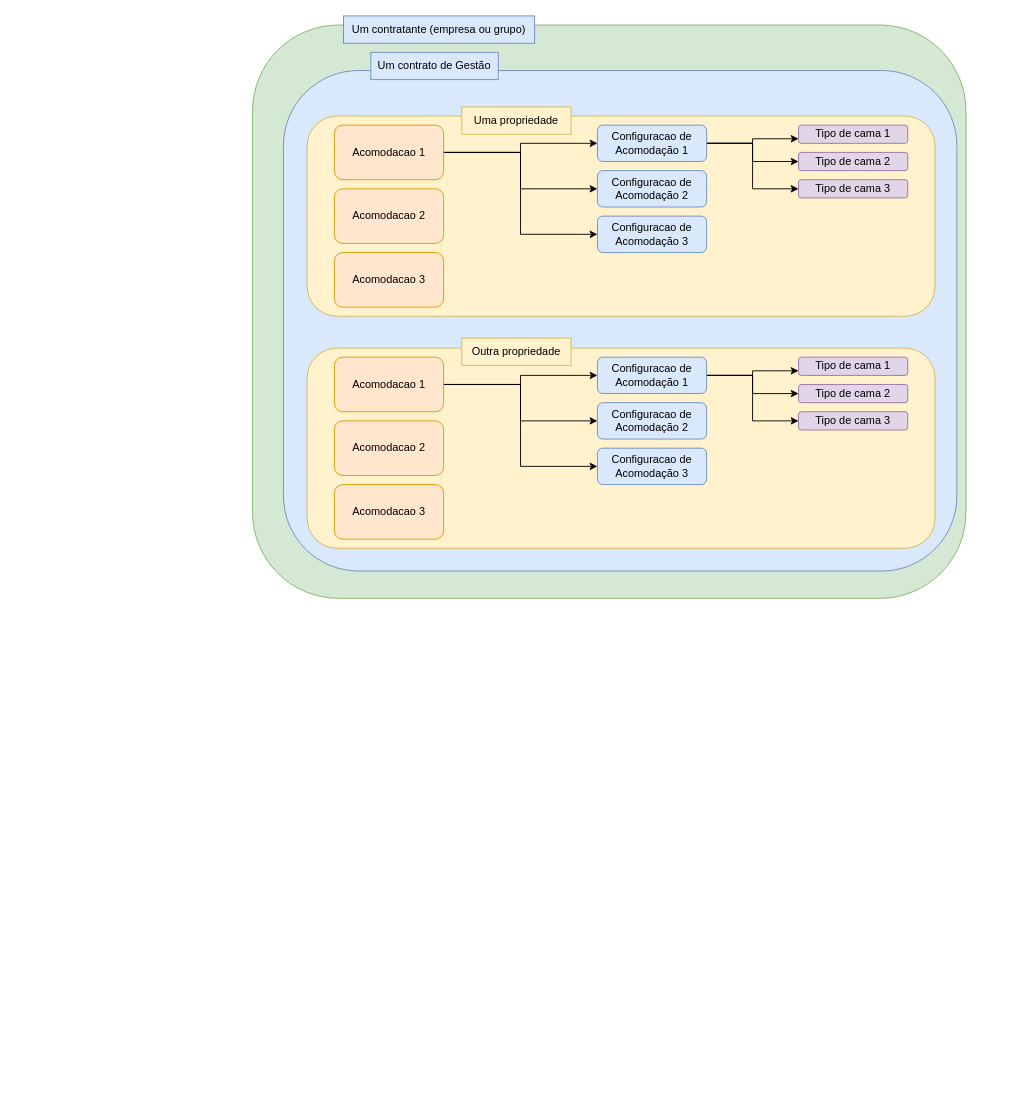
Earlier version of the draw.io diagram SistemaOteleiro.drawio (Rolmer1964/hotel_adm_core). Source tidied: cells renumbered, new cells numbered last; positions are measured from the earlier drawing's top-left corner, leaving out a move shared by most shapes. Both pictures are drawn from the tidied source at 91%, with x=0, y=0 at pixel (252, 15).
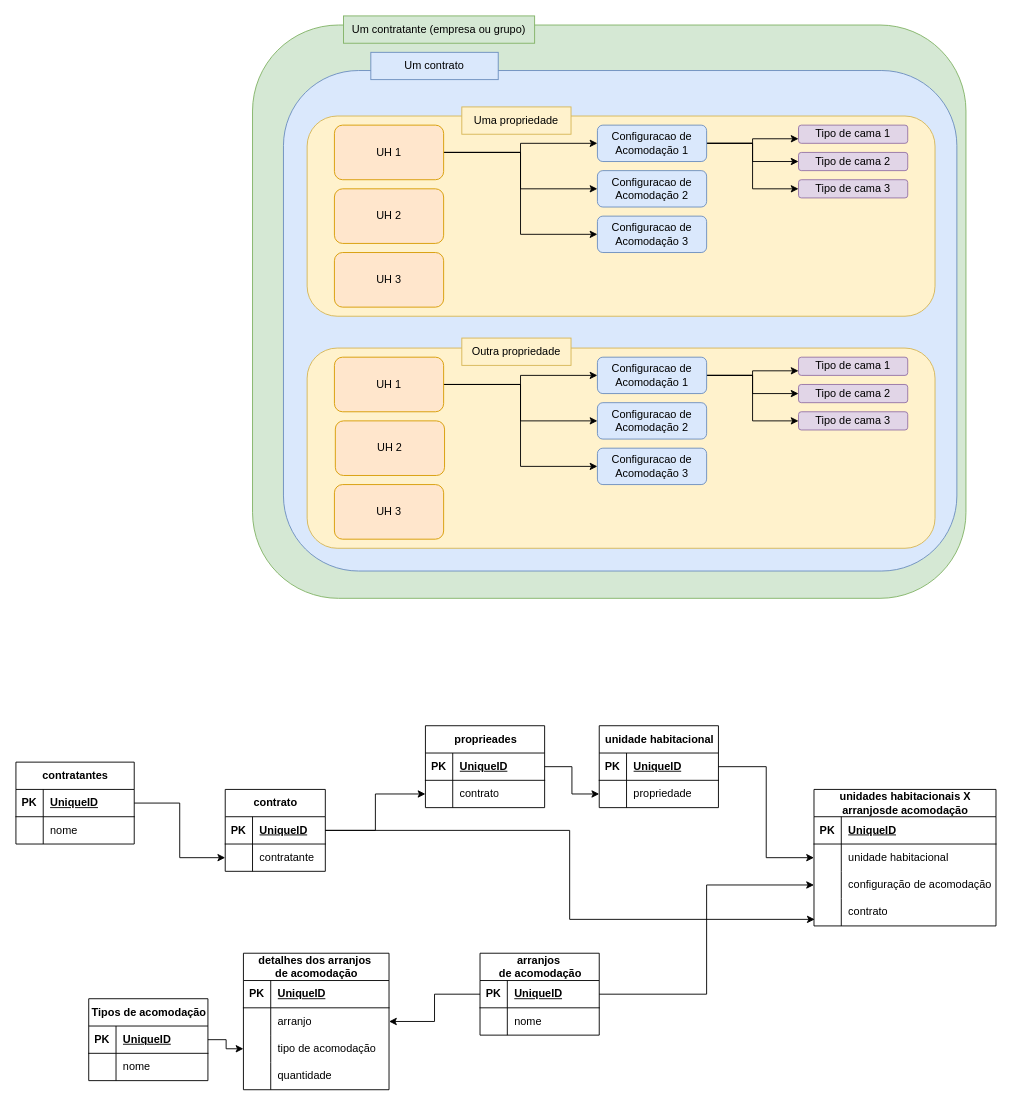
The same diagram, later.

Change to the diagram source:
```diff
@@
-    <mxCell id="9" value="Acomodacao 1" style="rounded=1;whiteSpace=wrap;html=1;fillColor=#ffe6cc;strokeColor=#d79b00;" parent="1" vertex="1">
+    <mxCell id="9" value="UH 1" style="rounded=1;whiteSpace=wrap;html=1;fillColor=#ffe6cc;strokeColor=#d79b00;" parent="1" vertex="1">
       <mxGeometry x="90" y="120" width="120" height="60" as="geometry" />
     </mxCell>
-    <mxCell id="10" value="Acomodacao 2" style="rounded=1;whiteSpace=wrap;html=1;fillColor=#ffe6cc;strokeColor=#d79b00;" parent="1" vertex="1">
+    <mxCell id="10" value="UH 2" style="rounded=1;whiteSpace=wrap;html=1;fillColor=#ffe6cc;strokeColor=#d79b00;" parent="1" vertex="1">
       <mxGeometry x="90" y="190" width="120" height="60" as="geometry" />
     </mxCell>
-    <mxCell id="11" value="Acomodacao 3" style="rounded=1;whiteSpace=wrap;html=1;fillColor=#ffe6cc;strokeColor=#d79b00;" parent="1" vertex="1">
+    <mxCell id="11" value="UH 3" style="rounded=1;whiteSpace=wrap;html=1;fillColor=#ffe6cc;strokeColor=#d79b00;" parent="1" vertex="1">
       <mxGeometry x="90" y="260" width="120" height="60" as="geometry" />
     </mxCell>
@@
-    <mxCell id="25" value="Acomodacao 1" style="rounded=1;whiteSpace=wrap;html=1;fillColor=#ffe6cc;strokeColor=#d79b00;" parent="1" vertex="1">
+    <mxCell id="25" value="UH 1" style="rounded=1;whiteSpace=wrap;html=1;fillColor=#ffe6cc;strokeColor=#d79b00;" parent="1" vertex="1">
       <mxGeometry x="90" y="375" width="120" height="60" as="geometry" />
     </mxCell>
-    <mxCell id="26" value="Acomodacao 2" style="rounded=1;whiteSpace=wrap;html=1;fillColor=#ffe6cc;strokeColor=#d79b00;" parent="1" vertex="1">
-      <mxGeometry x="90" y="445" width="120" height="60" as="geometry" />
+    <mxCell id="26" value="UH 2" style="rounded=1;whiteSpace=wrap;html=1;fillColor=#ffe6cc;strokeColor=#d79b00;" parent="1" vertex="1">
+      <mxGeometry x="91" y="445" width="120" height="60" as="geometry" />
     </mxCell>
-    <mxCell id="27" value="Acomodacao 3" style="rounded=1;whiteSpace=wrap;html=1;fillColor=#ffe6cc;strokeColor=#d79b00;" parent="1" vertex="1">
+    <mxCell id="27" value="UH 3" style="rounded=1;whiteSpace=wrap;html=1;fillColor=#ffe6cc;strokeColor=#d79b00;" parent="1" vertex="1">
       <mxGeometry x="90" y="515" width="120" height="60" as="geometry" />
     </mxCell>
@@
-    <mxCell id="38" value="Um contrato de Gestão" style="text;html=1;align=center;verticalAlign=middle;whiteSpace=wrap;rounded=0;fillColor=#dae8fc;strokeColor=#6c8ebf;" parent="1" vertex="1">
+    <mxCell id="38" value="Um contrato" style="text;html=1;align=center;verticalAlign=middle;whiteSpace=wrap;rounded=0;fillColor=#dae8fc;strokeColor=#6c8ebf;" parent="1" vertex="1">
       <mxGeometry x="130" y="40" width="140" height="30" as="geometry" />
     </mxCell>
-    <mxCell id="39" value="Um contratante (empresa ou grupo)" style="text;html=1;align=center;verticalAlign=middle;whiteSpace=wrap;rounded=0;fillColor=#dae8fc;strokeColor=#6c8ebf;" parent="1" vertex="1">
+    <mxCell id="39" value="Um contratante (empresa ou grupo)" style="text;html=1;align=center;verticalAlign=middle;whiteSpace=wrap;rounded=0;fillColor=#d5e8d4;strokeColor=#82b366;" parent="1" vertex="1">
       <mxGeometry x="100" width="210" height="30" as="geometry" />
     </mxCell>
+    <mxCell id="40" value="contratantes" style="shape=table;startSize=30;childLayout=tableLayout;rowLines=0;fontStyle=1;align=center;html=1;" parent="1" vertex="1">
+      <mxGeometry x="-260" y="820" width="130" height="90" as="geometry" />
+    </mxCell>
+    <mxCell id="41" style="shape=tableRow;horizontal=0;startSize=0;swimlaneHead=0;swimlaneBody=0;fillColor=none;points=[[0,0.5],[1,0.5]];portConstraint=eastwest;top=0;left=0;right=0;bottom=1;" parent="40" vertex="1">
+      <mxGeometry y="30" width="130" height="30" as="geometry" />
+    </mxCell>
+    <mxCell id="42" value="PK" style="shape=partialRectangle;fillColor=none;top=0;left=0;bottom=0;right=0;fontStyle=1;overflow=hidden;whiteSpace=wrap;html=1;" parent="41" vertex="1">
+      <mxGeometry width="30" height="30" as="geometry" />
+    </mxCell>
+    <mxCell id="43" value="UniqueID" style="shape=partialRectangle;fillColor=none;top=0;left=0;bottom=0;right=0;align=left;spacingLeft=6;fontStyle=5;overflow=hidden;whiteSpace=wrap;html=1;" parent="41" vertex="1">
+      <mxGeometry x="30" width="100" height="30" as="geometry" />
+    </mxCell>
+    <mxCell id="44" style="shape=tableRow;horizontal=0;startSize=0;swimlaneHead=0;swimlaneBody=0;fillColor=none;top=0;left=0;right=0;bottom=0;" parent="40" vertex="1">
+      <mxGeometry y="60" width="130" height="30" as="geometry" />
+    </mxCell>
+    <mxCell id="45" style="shape=partialRectangle;fillColor=none;top=0;left=0;bottom=0;right=0;overflow=hidden;whiteSpace=wrap;html=1;" parent="44" vertex="1">
+      <mxGeometry width="30" height="30" as="geometry" />
+    </mxCell>
+    <mxCell id="46" value="nome" style="shape=partialRectangle;fillColor=none;top=0;left=0;bottom=0;right=0;align=left;spacingLeft=6;overflow=hidden;whiteSpace=wrap;html=1;" parent="44" vertex="1">
+      <mxGeometry x="30" width="100" height="30" as="geometry" />
+    </mxCell>
+    <mxCell id="47" value="contrato" style="shape=table;startSize=30;childLayout=tableLayout;rowLines=0;fontStyle=1;align=center;html=1;" parent="1" vertex="1">
+      <mxGeometry x="-30" y="850" width="110" height="90" as="geometry" />
+    </mxCell>
+    <mxCell id="48" style="shape=tableRow;horizontal=0;startSize=0;swimlaneHead=0;swimlaneBody=0;fillColor=none;points=[[0,0.5],[1,0.5]];portConstraint=eastwest;top=0;left=0;right=0;bottom=1;" parent="47" vertex="1">
+      <mxGeometry y="30" width="110" height="30" as="geometry" />
+    </mxCell>
+    <mxCell id="49" value="PK" style="shape=partialRectangle;fillColor=none;top=0;left=0;bottom=0;right=0;fontStyle=1;overflow=hidden;whiteSpace=wrap;html=1;" parent="48" vertex="1">
+      <mxGeometry width="30" height="30" as="geometry" />
+    </mxCell>
+    <mxCell id="50" value="UniqueID" style="shape=partialRectangle;fillColor=none;top=0;left=0;bottom=0;right=0;align=left;spacingLeft=6;fontStyle=5;overflow=hidden;whiteSpace=wrap;html=1;" parent="48" vertex="1">
+      <mxGeometry x="30" width="80" height="30" as="geometry" />
+    </mxCell>
+    <mxCell id="51" style="shape=tableRow;horizontal=0;startSize=0;swimlaneHead=0;swimlaneBody=0;fillColor=none;points=[[0,0.5],[1,0.5]];portConstraint=eastwest;top=0;left=0;right=0;bottom=0;" parent="47" vertex="1">
+      <mxGeometry y="60" width="110" height="30" as="geometry" />
+    </mxCell>
+    <mxCell id="52" style="shape=partialRectangle;fillColor=none;top=0;left=0;bottom=0;right=0;overflow=hidden;whiteSpace=wrap;html=1;" parent="51" vertex="1">
+      <mxGeometry width="30" height="30" as="geometry" />
+    </mxCell>
+    <mxCell id="53" value="contratante" style="shape=partialRectangle;fillColor=none;top=0;left=0;bottom=0;right=0;align=left;spacingLeft=6;overflow=hidden;whiteSpace=wrap;html=1;" parent="51" vertex="1">
+      <mxGeometry x="30" width="80" height="30" as="geometry" />
+    </mxCell>
+    <mxCell id="54" style="edgeStyle=orthogonalEdgeStyle;rounded=0;jettySize=auto;html=1;" parent="1" edge="1" source="41" target="51">
+      <mxGeometry relative="1" as="geometry" />
+    </mxCell>
+    <mxCell id="55" value="unidade habitacional" style="shape=table;startSize=30;childLayout=tableLayout;rowLines=0;fontStyle=1;align=center;html=1;" parent="1" vertex="1">
+      <mxGeometry x="381" y="780" width="131" height="90" as="geometry" />
+    </mxCell>
+    <mxCell id="56" style="shape=tableRow;horizontal=0;startSize=0;swimlaneHead=0;swimlaneBody=0;fillColor=none;points=[[0,0.5],[1,0.5]];portConstraint=eastwest;top=0;left=0;right=0;bottom=1;" parent="55" vertex="1">
+      <mxGeometry y="30" width="131" height="30" as="geometry" />
+    </mxCell>
+    <mxCell id="57" value="PK" style="shape=partialRectangle;fillColor=none;top=0;left=0;bottom=0;right=0;fontStyle=1;overflow=hidden;whiteSpace=wrap;html=1;" parent="56" vertex="1">
+      <mxGeometry width="30" height="30" as="geometry" />
+    </mxCell>
+    <mxCell id="58" value="UniqueID" style="shape=partialRectangle;fillColor=none;top=0;left=0;bottom=0;right=0;align=left;spacingLeft=6;fontStyle=5;overflow=hidden;whiteSpace=wrap;html=1;" parent="56" vertex="1">
+      <mxGeometry x="30" width="101" height="30" as="geometry" />
+    </mxCell>
+    <mxCell id="59" style="shape=tableRow;horizontal=0;startSize=0;swimlaneHead=0;swimlaneBody=0;fillColor=none;points=[[0,0.5],[1,0.5]];portConstraint=eastwest;top=0;left=0;right=0;bottom=0;" parent="55" vertex="1">
+      <mxGeometry y="60" width="131" height="30" as="geometry" />
+    </mxCell>
+    <mxCell id="60" style="shape=partialRectangle;fillColor=none;top=0;left=0;bottom=0;right=0;overflow=hidden;whiteSpace=wrap;html=1;" parent="59" vertex="1">
+      <mxGeometry width="30" height="30" as="geometry" />
+    </mxCell>
+    <mxCell id="61" value="propriedade" style="shape=partialRectangle;fillColor=none;top=0;left=0;bottom=0;right=0;align=left;spacingLeft=6;overflow=hidden;whiteSpace=wrap;html=1;" parent="59" vertex="1">
+      <mxGeometry x="30" width="101" height="30" as="geometry" />
+    </mxCell>
+    <mxCell id="62" value="arranjos&amp;nbsp;&lt;div&gt;de acomodação&lt;/div&gt;" style="shape=table;startSize=30;childLayout=tableLayout;rowLines=0;fontStyle=1;align=center;html=1;" parent="1" vertex="1">
+      <mxGeometry x="250" y="1030" width="131" height="90" as="geometry" />
+    </mxCell>
+    <mxCell id="63" style="shape=tableRow;horizontal=0;startSize=0;swimlaneHead=0;swimlaneBody=0;fillColor=none;points=[[0,0.5],[1,0.5]];portConstraint=eastwest;top=0;left=0;right=0;bottom=1;" parent="62" vertex="1">
+      <mxGeometry y="30" width="131" height="30" as="geometry" />
+    </mxCell>
+    <mxCell id="64" value="PK" style="shape=partialRectangle;fillColor=none;top=0;left=0;bottom=0;right=0;fontStyle=1;overflow=hidden;whiteSpace=wrap;html=1;" parent="63" vertex="1">
+      <mxGeometry width="30" height="30" as="geometry" />
+    </mxCell>
+    <mxCell id="65" value="UniqueID" style="shape=partialRectangle;fillColor=none;top=0;left=0;bottom=0;right=0;align=left;spacingLeft=6;fontStyle=5;overflow=hidden;whiteSpace=wrap;html=1;" parent="63" vertex="1">
+      <mxGeometry x="30" width="101" height="30" as="geometry" />
+    </mxCell>
+    <mxCell id="66" style="shape=tableRow;horizontal=0;startSize=0;swimlaneHead=0;swimlaneBody=0;fillColor=none;top=0;left=0;right=0;bottom=0;" parent="62" vertex="1">
+      <mxGeometry y="60" width="131" height="30" as="geometry" />
+    </mxCell>
+    <mxCell id="67" style="shape=partialRectangle;fillColor=none;top=0;left=0;bottom=0;right=0;overflow=hidden;whiteSpace=wrap;html=1;" parent="66" vertex="1">
+      <mxGeometry width="30" height="30" as="geometry" />
+    </mxCell>
+    <mxCell id="68" value="nome" style="shape=partialRectangle;fillColor=none;top=0;left=0;bottom=0;right=0;align=left;spacingLeft=6;overflow=hidden;whiteSpace=wrap;html=1;" parent="66" vertex="1">
+      <mxGeometry x="30" width="101" height="30" as="geometry" />
+    </mxCell>
+    <mxCell id="69" value="unidades habitacionais X&lt;div&gt;arranjosde acomodação&lt;/div&gt;" style="shape=table;startSize=30;childLayout=tableLayout;rowLines=0;fontStyle=1;align=center;html=1;" parent="1" vertex="1">
+      <mxGeometry x="617" y="850" width="200" height="150" as="geometry" />
+    </mxCell>
+    <mxCell id="70" style="shape=tableRow;horizontal=0;startSize=0;swimlaneHead=0;swimlaneBody=0;fillColor=none;top=0;left=0;right=0;bottom=1;" parent="69" vertex="1">
+      <mxGeometry y="30" width="200" height="30" as="geometry" />
+    </mxCell>
+    <mxCell id="71" value="PK" style="shape=partialRectangle;fillColor=none;top=0;left=0;bottom=0;right=0;fontStyle=1;overflow=hidden;whiteSpace=wrap;html=1;" parent="70" vertex="1">
+      <mxGeometry width="30" height="30" as="geometry" />
+    </mxCell>
+    <mxCell id="72" value="UniqueID" style="shape=partialRectangle;fillColor=none;top=0;left=0;bottom=0;right=0;align=left;spacingLeft=6;fontStyle=5;overflow=hidden;whiteSpace=wrap;html=1;" parent="70" vertex="1">
+      <mxGeometry x="30" width="170" height="30" as="geometry" />
+    </mxCell>
+    <mxCell id="73" style="shape=tableRow;horizontal=0;startSize=0;swimlaneHead=0;swimlaneBody=0;fillColor=none;points=[[0,0.5],[1,0.5]];portConstraint=eastwest;top=0;left=0;right=0;bottom=0;" parent="69" vertex="1">
+      <mxGeometry y="60" width="200" height="30" as="geometry" />
+    </mxCell>
+    <mxCell id="74" style="shape=partialRectangle;fillColor=none;top=0;left=0;bottom=0;right=0;overflow=hidden;whiteSpace=wrap;html=1;" parent="73" vertex="1">
+      <mxGeometry width="30" height="30" as="geometry" />
+    </mxCell>
+    <mxCell id="75" value="unidade habitacional" style="shape=partialRectangle;fillColor=none;top=0;left=0;bottom=0;right=0;align=left;spacingLeft=6;overflow=hidden;whiteSpace=wrap;html=1;" parent="73" vertex="1">
+      <mxGeometry x="30" width="170" height="30" as="geometry" />
+    </mxCell>
+    <mxCell id="76" style="shape=tableRow;horizontal=0;startSize=0;swimlaneHead=0;swimlaneBody=0;fillColor=none;points=[[0,0.5],[1,0.5]];portConstraint=eastwest;top=0;left=0;right=0;bottom=0;" parent="69" vertex="1">
+      <mxGeometry y="90" width="200" height="30" as="geometry" />
+    </mxCell>
+    <mxCell id="77" style="shape=partialRectangle;fillColor=none;top=0;left=0;bottom=0;right=0;overflow=hidden;whiteSpace=wrap;html=1;" parent="76" vertex="1">
+      <mxGeometry width="30" height="30" as="geometry" />
+    </mxCell>
+    <mxCell id="78" value="configuração de acomodação" style="shape=partialRectangle;fillColor=none;top=0;left=0;bottom=0;right=0;align=left;spacingLeft=6;overflow=hidden;whiteSpace=wrap;html=1;" parent="76" vertex="1">
+      <mxGeometry x="30" width="170" height="30" as="geometry" />
+    </mxCell>
+    <mxCell id="79" style="shape=tableRow;horizontal=0;startSize=0;swimlaneHead=0;swimlaneBody=0;fillColor=none;points=[[0,0.5],[1,0.5]];portConstraint=eastwest;top=0;left=0;right=0;bottom=0;" parent="69" vertex="1">
+      <mxGeometry y="120" width="200" height="30" as="geometry" />
+    </mxCell>
+    <mxCell id="80" style="shape=partialRectangle;fillColor=none;top=0;left=0;bottom=0;right=0;overflow=hidden;whiteSpace=wrap;html=1;" parent="79" vertex="1">
+      <mxGeometry width="30" height="30" as="geometry" />
+    </mxCell>
+    <mxCell id="81" value="contrato" style="shape=partialRectangle;fillColor=none;top=0;left=0;bottom=0;right=0;align=left;spacingLeft=6;overflow=hidden;whiteSpace=wrap;html=1;" parent="79" vertex="1">
+      <mxGeometry x="30" width="170" height="30" as="geometry" />
+    </mxCell>
+    <mxCell id="82" style="edgeStyle=orthogonalEdgeStyle;rounded=0;jettySize=auto;html=1;" parent="1" edge="1" source="56" target="73">
+      <mxGeometry relative="1" as="geometry" />
+    </mxCell>
+    <mxCell id="83" style="edgeStyle=orthogonalEdgeStyle;rounded=0;jettySize=auto;html=1;entryX=0.004;entryY=0.76;entryDx=0;entryDy=0;entryPerimeter=0;" parent="1" edge="1" source="48" target="79">
+      <mxGeometry relative="1" as="geometry" />
+    </mxCell>
+    <mxCell id="84" style="edgeStyle=orthogonalEdgeStyle;rounded=0;jettySize=auto;html=1;" parent="1" edge="1" source="63" target="76">
+      <mxGeometry relative="1" as="geometry" />
+    </mxCell>
+    <mxCell id="85" value="detalhes dos arranjos&amp;nbsp;&lt;div&gt;de acomodação&lt;/div&gt;" style="shape=table;startSize=30;childLayout=tableLayout;rowLines=0;fontStyle=1;align=center;html=1;" parent="1" vertex="1">
+      <mxGeometry x="-10" y="1030" width="160" height="150" as="geometry" />
+    </mxCell>
+    <mxCell id="86" style="shape=tableRow;horizontal=0;startSize=0;swimlaneHead=0;swimlaneBody=0;fillColor=none;top=0;left=0;right=0;bottom=1;" parent="85" vertex="1">
+      <mxGeometry y="30" width="160" height="30" as="geometry" />
+    </mxCell>
+    <mxCell id="87" value="PK" style="shape=partialRectangle;fillColor=none;top=0;left=0;bottom=0;right=0;fontStyle=1;overflow=hidden;whiteSpace=wrap;html=1;" parent="86" vertex="1">
+      <mxGeometry width="30" height="30" as="geometry" />
+    </mxCell>
+    <mxCell id="88" value="UniqueID" style="shape=partialRectangle;fillColor=none;top=0;left=0;bottom=0;right=0;align=left;spacingLeft=6;fontStyle=5;overflow=hidden;whiteSpace=wrap;html=1;" parent="86" vertex="1">
+      <mxGeometry x="30" width="130" height="30" as="geometry" />
+    </mxCell>
+    <mxCell id="89" style="shape=tableRow;horizontal=0;startSize=0;swimlaneHead=0;swimlaneBody=0;fillColor=none;points=[[0,0.5],[1,0.5]];portConstraint=eastwest;top=0;left=0;right=0;bottom=0;" parent="85" vertex="1">
+      <mxGeometry y="60" width="160" height="30" as="geometry" />
+    </mxCell>
+    <mxCell id="90" style="shape=partialRectangle;fillColor=none;top=0;left=0;bottom=0;right=0;overflow=hidden;whiteSpace=wrap;html=1;" parent="89" vertex="1">
+      <mxGeometry width="30" height="30" as="geometry" />
+    </mxCell>
+    <mxCell id="91" value="arranjo" style="shape=partialRectangle;fillColor=none;top=0;left=0;bottom=0;right=0;align=left;spacingLeft=6;overflow=hidden;whiteSpace=wrap;html=1;" parent="89" vertex="1">
+      <mxGeometry x="30" width="130" height="30" as="geometry" />
+    </mxCell>
+    <mxCell id="92" style="shape=tableRow;horizontal=0;startSize=0;swimlaneHead=0;swimlaneBody=0;fillColor=none;points=[[0,0.5],[1,0.5]];portConstraint=eastwest;top=0;left=0;right=0;bottom=0;" parent="85" vertex="1">
+      <mxGeometry y="90" width="160" height="30" as="geometry" />
+    </mxCell>
+    <mxCell id="93" style="shape=partialRectangle;fillColor=none;top=0;left=0;bottom=0;right=0;overflow=hidden;whiteSpace=wrap;html=1;" parent="92" vertex="1">
+      <mxGeometry width="30" height="30" as="geometry" />
+    </mxCell>
+    <mxCell id="94" value="tipo de acomodação" style="shape=partialRectangle;fillColor=none;top=0;left=0;bottom=0;right=0;align=left;spacingLeft=6;overflow=hidden;whiteSpace=wrap;html=1;" parent="92" vertex="1">
+      <mxGeometry x="30" width="130" height="30" as="geometry" />
+    </mxCell>
+    <mxCell id="95" style="shape=tableRow;horizontal=0;startSize=0;swimlaneHead=0;swimlaneBody=0;fillColor=none;top=0;left=0;right=0;bottom=0;" parent="85" vertex="1">
+      <mxGeometry y="120" width="160" height="30" as="geometry" />
+    </mxCell>
+    <mxCell id="96" style="shape=partialRectangle;fillColor=none;top=0;left=0;bottom=0;right=0;overflow=hidden;whiteSpace=wrap;html=1;" parent="95" vertex="1">
+      <mxGeometry width="30" height="30" as="geometry" />
+    </mxCell>
+    <mxCell id="97" value="quantidade" style="shape=partialRectangle;fillColor=none;top=0;left=0;bottom=0;right=0;align=left;spacingLeft=6;overflow=hidden;whiteSpace=wrap;html=1;" parent="95" vertex="1">
+      <mxGeometry x="30" width="130" height="30" as="geometry" />
+    </mxCell>
+    <mxCell id="98" style="edgeStyle=orthogonalEdgeStyle;rounded=0;jettySize=auto;html=1;" parent="1" edge="1" source="63" target="89">
+      <mxGeometry relative="1" as="geometry" />
+    </mxCell>
+    <mxCell id="99" value="Tipos de acomodação" style="shape=table;startSize=30;childLayout=tableLayout;rowLines=0;fontStyle=1;align=center;html=1;" parent="1" vertex="1">
+      <mxGeometry x="-180" y="1080" width="131" height="90" as="geometry" />
+    </mxCell>
+    <mxCell id="100" style="shape=tableRow;horizontal=0;startSize=0;swimlaneHead=0;swimlaneBody=0;fillColor=none;points=[[0,0.5],[1,0.5]];portConstraint=eastwest;top=0;left=0;right=0;bottom=1;" parent="99" vertex="1">
+      <mxGeometry y="30" width="131" height="30" as="geometry" />
+    </mxCell>
+    <mxCell id="101" value="PK" style="shape=partialRectangle;fillColor=none;top=0;left=0;bottom=0;right=0;fontStyle=1;overflow=hidden;whiteSpace=wrap;html=1;" parent="100" vertex="1">
+      <mxGeometry width="30" height="30" as="geometry" />
+    </mxCell>
+    <mxCell id="102" value="UniqueID" style="shape=partialRectangle;fillColor=none;top=0;left=0;bottom=0;right=0;align=left;spacingLeft=6;fontStyle=5;overflow=hidden;whiteSpace=wrap;html=1;" parent="100" vertex="1">
+      <mxGeometry x="30" width="101" height="30" as="geometry" />
+    </mxCell>
+    <mxCell id="103" style="shape=tableRow;horizontal=0;startSize=0;swimlaneHead=0;swimlaneBody=0;fillColor=none;top=0;left=0;right=0;bottom=0;" parent="99" vertex="1">
+      <mxGeometry y="60" width="131" height="30" as="geometry" />
+    </mxCell>
+    <mxCell id="104" style="shape=partialRectangle;fillColor=none;top=0;left=0;bottom=0;right=0;overflow=hidden;whiteSpace=wrap;html=1;" parent="103" vertex="1">
+      <mxGeometry width="30" height="30" as="geometry" />
+    </mxCell>
+    <mxCell id="105" value="nome" style="shape=partialRectangle;fillColor=none;top=0;left=0;bottom=0;right=0;align=left;spacingLeft=6;overflow=hidden;whiteSpace=wrap;html=1;" parent="103" vertex="1">
+      <mxGeometry x="30" width="101" height="30" as="geometry" />
+    </mxCell>
+    <mxCell id="106" style="edgeStyle=orthogonalEdgeStyle;rounded=0;jettySize=auto;html=1;" parent="1" edge="1" source="100" target="92">
+      <mxGeometry relative="1" as="geometry" />
+    </mxCell>
+    <mxCell id="107" value="proprieades" style="shape=table;startSize=30;childLayout=tableLayout;rowLines=0;fontStyle=1;align=center;html=1;" parent="1" vertex="1">
+      <mxGeometry x="190" y="780" width="131" height="90" as="geometry" />
+    </mxCell>
+    <mxCell id="108" style="shape=tableRow;horizontal=0;startSize=0;swimlaneHead=0;swimlaneBody=0;fillColor=none;points=[[0,0.5],[1,0.5]];portConstraint=eastwest;top=0;left=0;right=0;bottom=1;" parent="107" vertex="1">
+      <mxGeometry y="30" width="131" height="30" as="geometry" />
+    </mxCell>
+    <mxCell id="109" value="PK" style="shape=partialRectangle;fillColor=none;top=0;left=0;bottom=0;right=0;fontStyle=1;overflow=hidden;whiteSpace=wrap;html=1;" parent="108" vertex="1">
+      <mxGeometry width="30" height="30" as="geometry" />
+    </mxCell>
+    <mxCell id="110" value="UniqueID" style="shape=partialRectangle;fillColor=none;top=0;left=0;bottom=0;right=0;align=left;spacingLeft=6;fontStyle=5;overflow=hidden;whiteSpace=wrap;html=1;" parent="108" vertex="1">
+      <mxGeometry x="30" width="101" height="30" as="geometry" />
+    </mxCell>
+    <mxCell id="111" style="shape=tableRow;horizontal=0;startSize=0;swimlaneHead=0;swimlaneBody=0;fillColor=none;points=[[0,0.5],[1,0.5]];portConstraint=eastwest;top=0;left=0;right=0;bottom=0;" parent="107" vertex="1">
+      <mxGeometry y="60" width="131" height="30" as="geometry" />
+    </mxCell>
+    <mxCell id="112" style="shape=partialRectangle;fillColor=none;top=0;left=0;bottom=0;right=0;overflow=hidden;whiteSpace=wrap;html=1;" parent="111" vertex="1">
+      <mxGeometry width="30" height="30" as="geometry" />
+    </mxCell>
+    <mxCell id="113" value="contrato" style="shape=partialRectangle;fillColor=none;top=0;left=0;bottom=0;right=0;align=left;spacingLeft=6;overflow=hidden;whiteSpace=wrap;html=1;" parent="111" vertex="1">
+      <mxGeometry x="30" width="101" height="30" as="geometry" />
+    </mxCell>
+    <mxCell id="114" style="edgeStyle=orthogonalEdgeStyle;rounded=0;jettySize=auto;html=1;" parent="1" edge="1" source="48" target="111">
+      <mxGeometry relative="1" as="geometry" />
+    </mxCell>
+    <mxCell id="115" style="edgeStyle=orthogonalEdgeStyle;rounded=0;jettySize=auto;html=1;" parent="1" edge="1" source="108" target="59">
+      <mxGeometry relative="1" as="geometry" />
+    </mxCell>
```
